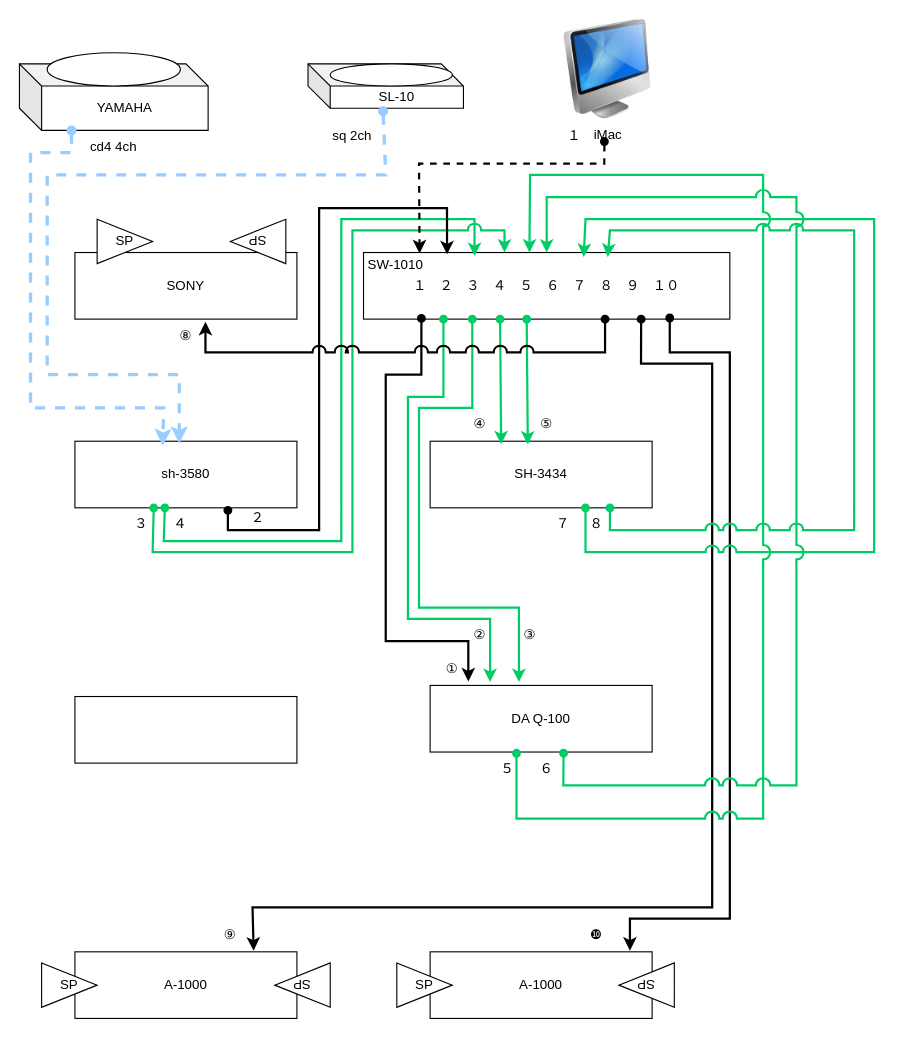
Before: św-1010.drawio in kenzi-taka/audio-diagram, a draw.io diagram. Source tidied: cells renumbered, new cells numbered last; positions are measured from the earlier drawing's top-left corner, leaving out a move shared by most shapes. Both pictures are drawn from the tidied source at 111%, with x=0, y=0 at pixel (19, 19).
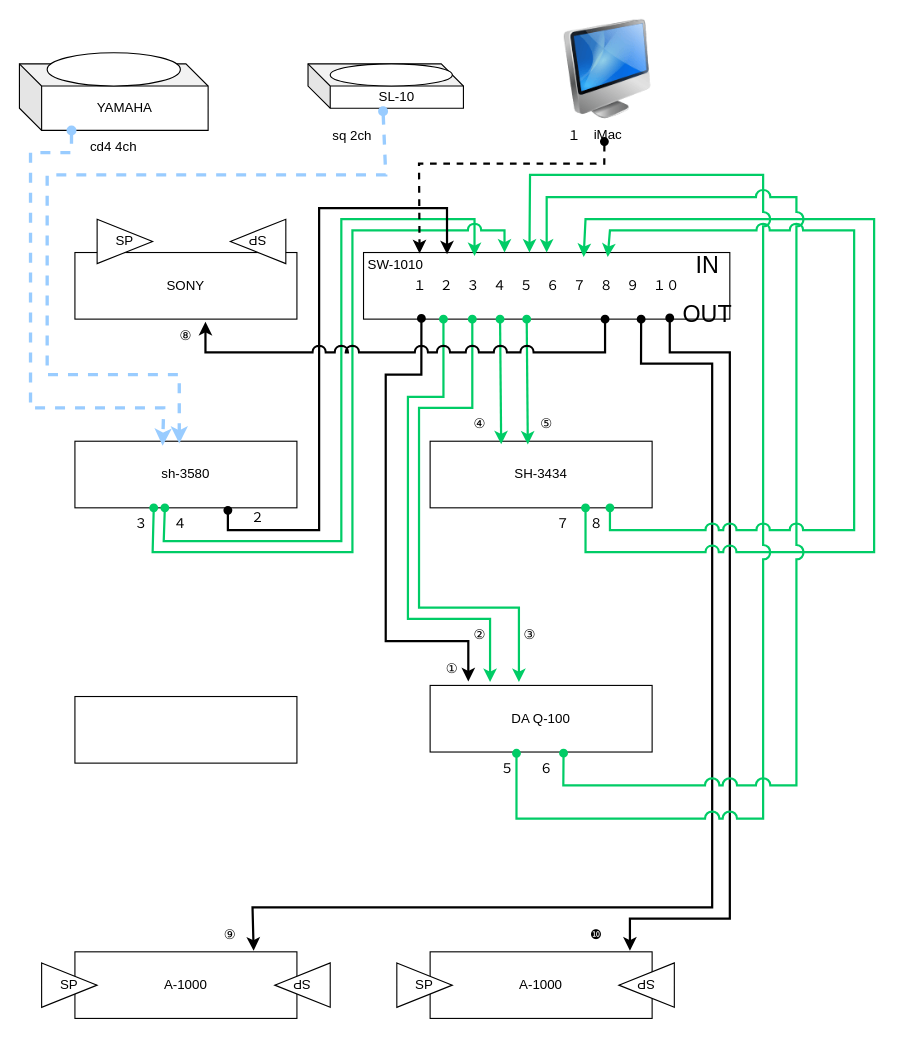
The same diagram, later.

What changed in the source:
```diff
@@
+    <mxCell id="59" value="IN" style="text;html=1;whiteSpace=wrap;strokeColor=none;fillColor=none;align=center;verticalAlign=middle;rounded=0;fontSize=21;" parent="1" vertex="1">
+      <mxGeometry x="590" y="206" width="60" height="30" as="geometry" />
+    </mxCell>
+    <mxCell id="60" value="OUT" style="text;html=1;whiteSpace=wrap;strokeColor=none;fillColor=none;align=center;verticalAlign=middle;rounded=0;fontSize=21;" parent="1" vertex="1">
+      <mxGeometry x="590" y="250" width="60" height="30" as="geometry" />
+    </mxCell>
```
